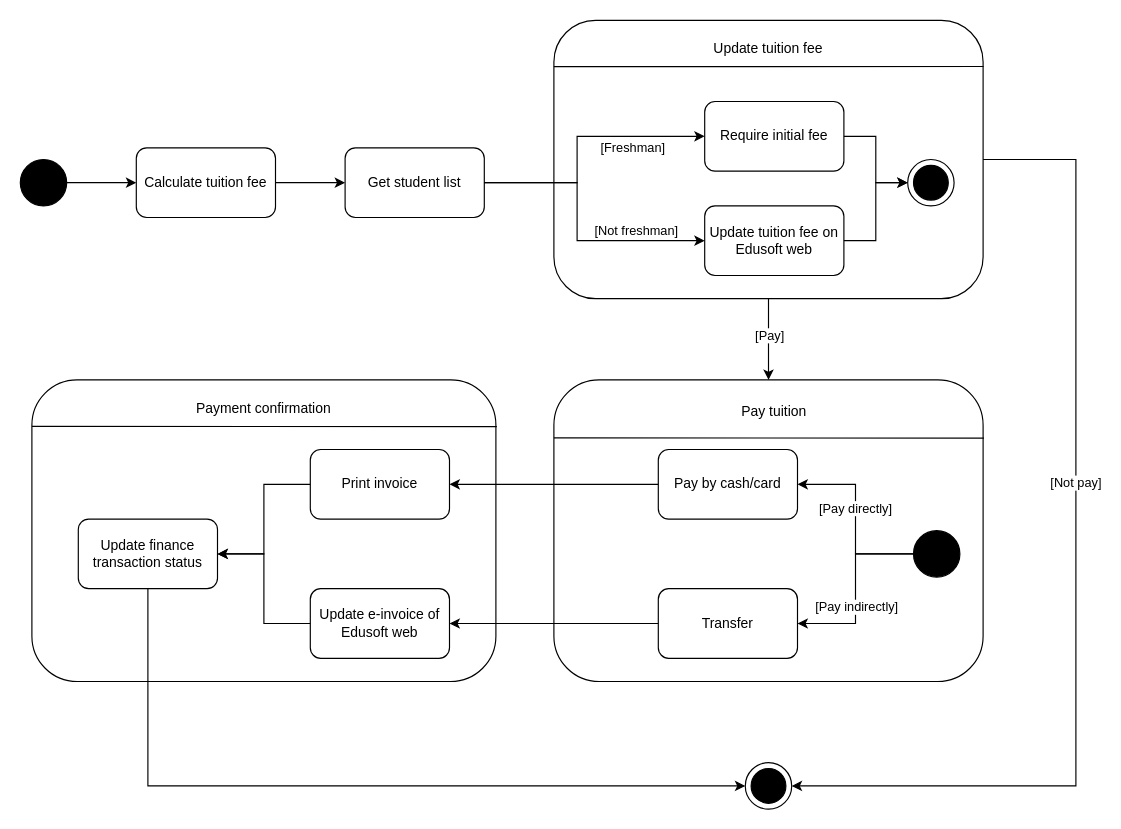
This is Lab 5/Topic 5_ Tuition fee payment.drawio from JavaKhangNguyen/LabOOAD, a draw.io file, before an edit. Source tidied: cells renumbered, new cells numbered last; positions are measured from the earlier drawing's top-left corner, leaving out a move shared by most shapes. Both pictures are drawn from the tidied source at 116%, with x=0, y=0 at pixel (20, 20).
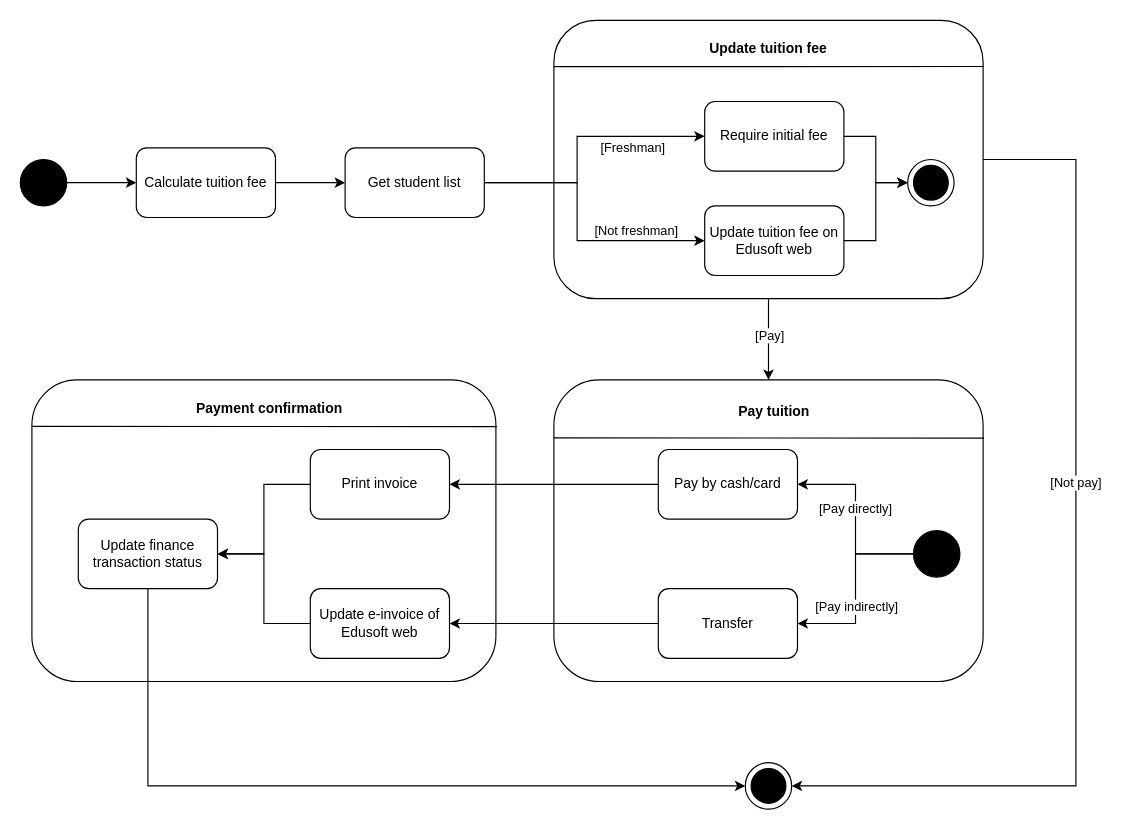
The same page after the edit.

Diff of the diagram source:
```diff
@@
-    <mxCell id="15" value="Update tuition fee" style="rounded=0;whiteSpace=wrap;html=1;fillColor=none;strokeColor=none;" parent="1" vertex="1">
+    <mxCell id="15" value="&lt;b&gt;Update tuition fee&lt;/b&gt;" style="rounded=0;whiteSpace=wrap;html=1;fillColor=none;strokeColor=none;" parent="1" vertex="1">
       <mxGeometry x="590" y="10" width="110" height="30" as="geometry" />
     </mxCell>
@@
-    <mxCell id="22" value="Pay tuition" style="rounded=0;whiteSpace=wrap;html=1;fillColor=none;strokeColor=none;" parent="1" vertex="1">
+    <mxCell id="22" value="&lt;b&gt;Pay tuition&lt;/b&gt;" style="rounded=0;whiteSpace=wrap;html=1;fillColor=none;strokeColor=none;" parent="1" vertex="1">
       <mxGeometry x="600" y="325" width="100" height="25" as="geometry" />
     </mxCell>
@@
-    <mxCell id="35" value="Payment confirmation" style="rounded=0;whiteSpace=wrap;html=1;fillColor=none;strokeColor=none;" parent="1" vertex="1">
-      <mxGeometry x="150" y="320" width="120" height="30" as="geometry" />
+    <mxCell id="35" value="&lt;b&gt;Payment confirmation&lt;/b&gt;" style="rounded=0;whiteSpace=wrap;html=1;fillColor=none;strokeColor=none;" parent="1" vertex="1">
+      <mxGeometry x="150" y="320" width="130" height="30" as="geometry" />
     </mxCell>
```
